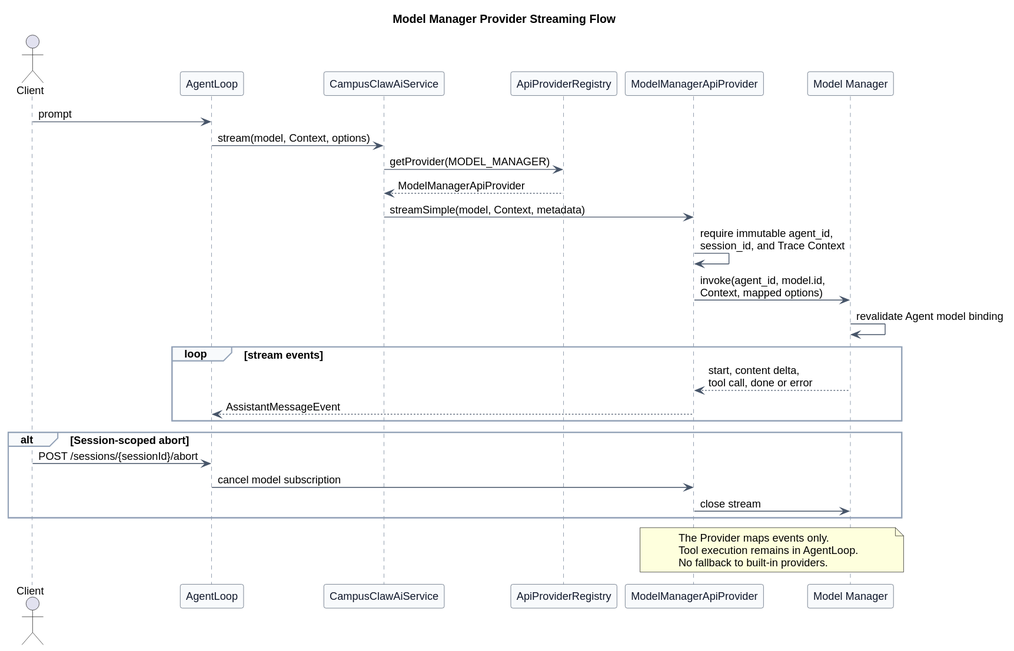
This is pi-mono-java-manager-driven-multi-agent-runtime/diagrams/model-manager/model_manager_streaming_flow.svg from ssm0808/pi-mono-java-design, a PlantUML export, as it was before one commit.
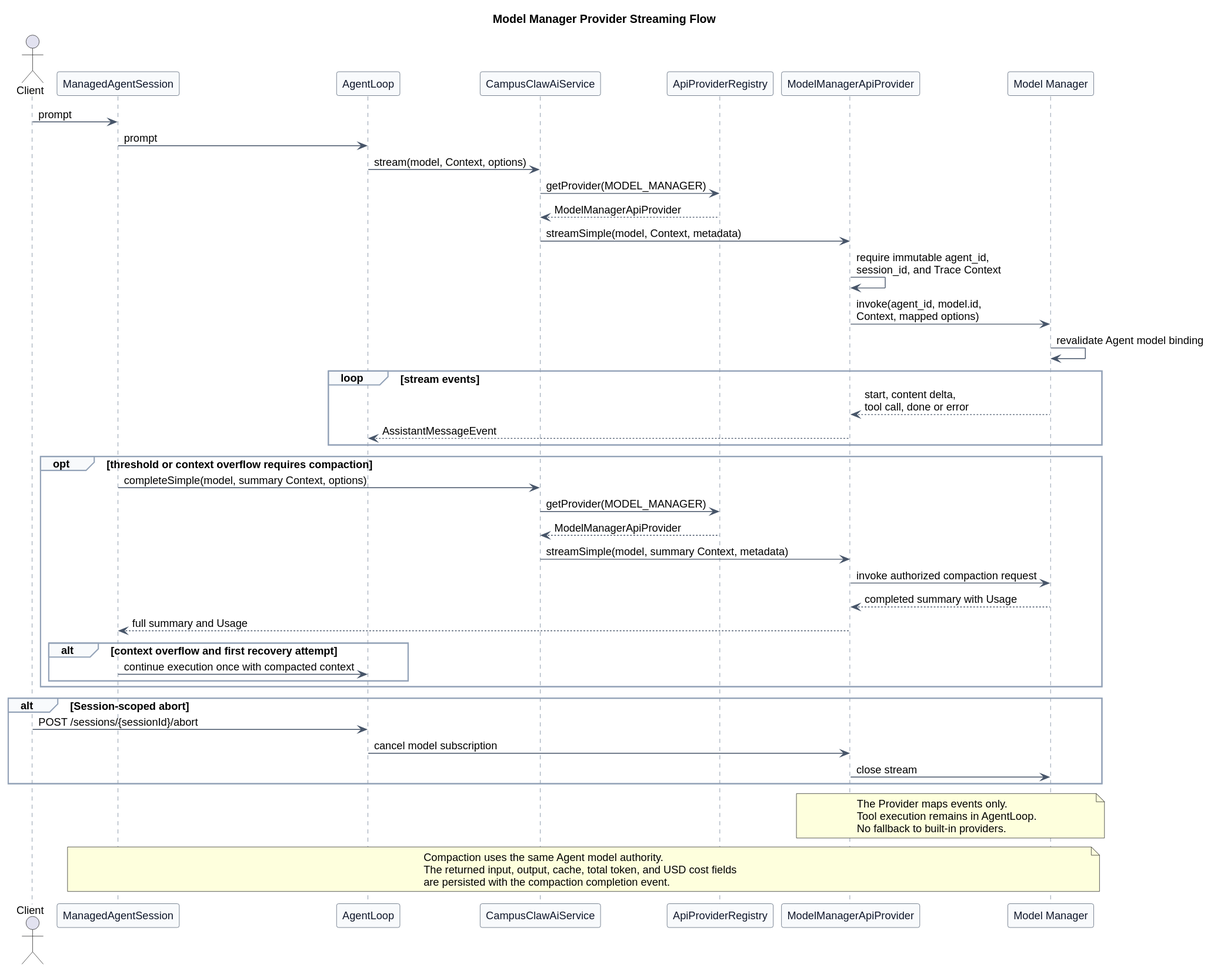
Later version of the same file.

Diff of the diagram source:
```diff
@@ -20,13 +20,15 @@
 }
 
 actor Client
+participant "ManagedAgentSession" as Session
 participant "AgentLoop" as Loop
 participant "CampusClawAiService" as AiService
 participant "ApiProviderRegistry" as Registry
 participant "ModelManagerApiProvider" as Provider
 participant "Model Manager" as ModelManager
 
-Client -> Loop : prompt
+Client -> Session : prompt
+Session -> Loop : prompt
 Loop -> AiService : stream(model, Context, options)
 AiService -> Registry : getProvider(MODEL_MANAGER)
 Registry --> AiService : ModelManagerApiProvider
@@ -40,6 +42,19 @@
   Provider --> Loop : AssistantMessageEvent
 end
 
+opt threshold or context overflow requires compaction
+  Session -> AiService : completeSimple(model, summary Context, options)
+  AiService -> Registry : getProvider(MODEL_MANAGER)
+  Registry --> AiService : ModelManagerApiProvider
+  AiService -> Provider : streamSimple(model, summary Context, metadata)
+  Provider -> ModelManager : invoke authorized compaction request
+  ModelManager --> Provider : completed summary with Usage
+  Provider --> Session : full summary and Usage
+  alt context overflow and first recovery attempt
+    Session -> Loop : continue execution once with compacted context
+  end
+end
+
 alt Session-scoped abort
   Client -> Loop : POST /sessions/{sessionId}/abort
   Loop -> Provider : cancel model subscription
@@ -51,4 +66,10 @@
 Tool execution remains in AgentLoop.
 No fallback to built-in providers.
 end note
+
+note over Session,ModelManager
+Compaction uses the same Agent model authority.
+The returned input, output, cache, total token, and USD cost fields
+are persisted with the compaction completion event.
+end note
 @enduml
```
